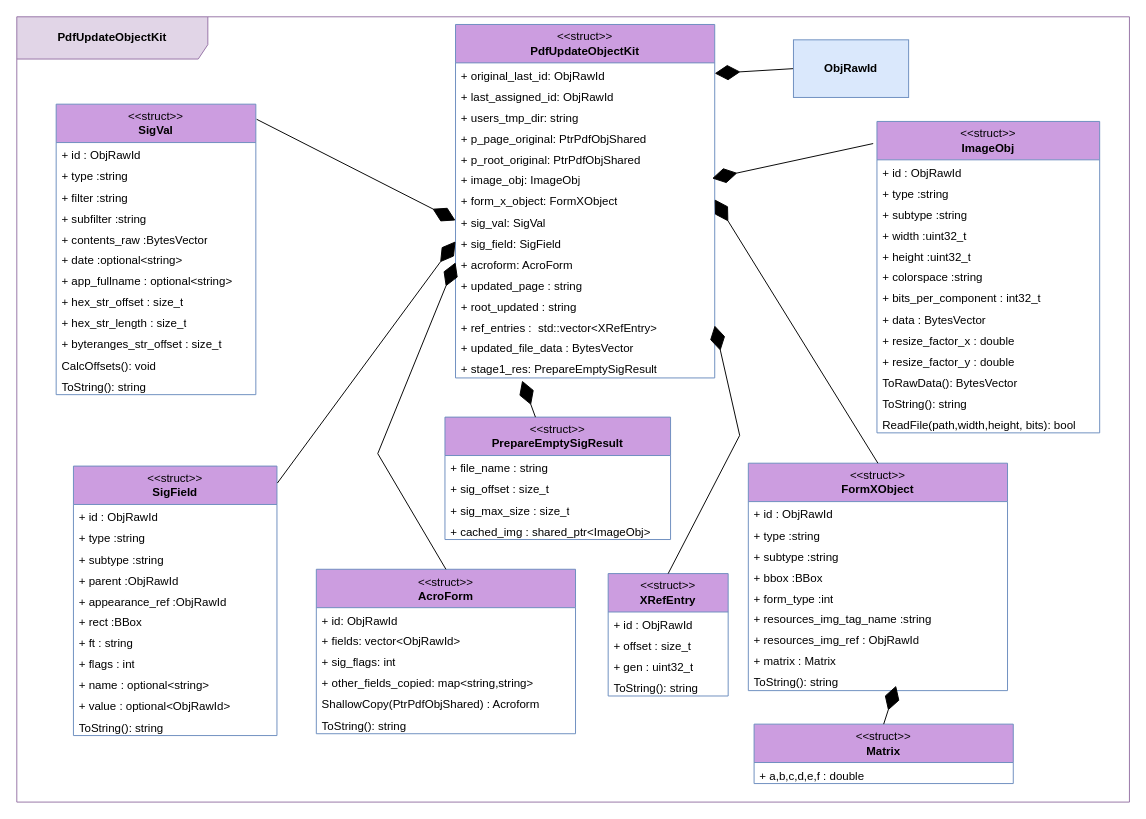
This is page "PDF - object Kit" (13 of 15) of basic_struct_draft.drawio from 3036662/pdf_scp, a draw.io file, before an edit. Source tidied: cells renumbered, new cells numbered last; positions are measured from the earlier drawing's top-left corner, leaving out a move shared by most shapes. Both pictures are drawn from the tidied source at 96%, with x=0, y=0 at pixel (16, 16).
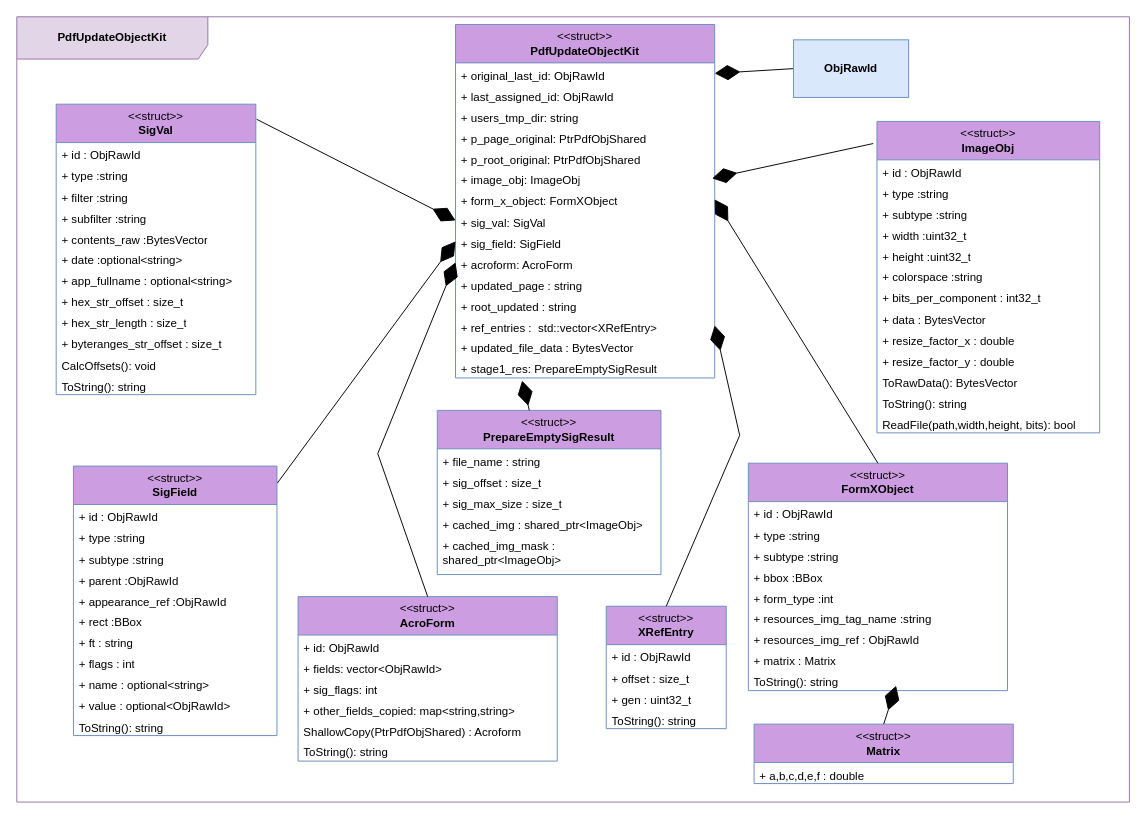
After the change.

The change refers to these unchanged cells:
```xml
<mxCell id="2" style="group;" parent="1" vertex="1">
  <mxGeometry width="1159" height="818" as="geometry" />
</mxCell>
```

What changed in the source:
```diff
@@
     <mxCell id="3" value="&amp;lt;&amp;lt;struct&amp;gt;&amp;gt;&lt;b&gt;&lt;br&gt;AcroForm&lt;/b&gt;" style="swimlane;fontStyle=0;horizontal=1;startSize=40;fillColor=#CC9DE0;whiteSpace=wrap;html=1;strokeColor=#6c8ebf;" parent="2" vertex="1">
-      <mxGeometry x="312" y="575.5" width="270" height="171.3" as="geometry" />
+      <mxGeometry x="293" y="604" width="270" height="171.3" as="geometry" />
     </mxCell>
@@
     <mxCell id="12" value="&lt;div&gt;&amp;lt;&amp;lt;struct&amp;gt;&amp;gt;&lt;b&gt;&lt;br&gt;&lt;/b&gt;&lt;/div&gt;&lt;div&gt;&lt;b&gt;XRefEntry&lt;/b&gt;&lt;/div&gt;" style="swimlane;fontStyle=0;horizontal=1;startSize=40;fillColor=#CC9DE0;whiteSpace=wrap;html=1;strokeColor=#6c8ebf;" parent="2" vertex="1">
-      <mxGeometry x="616" y="580" width="125" height="127.5" as="geometry" />
+      <mxGeometry x="614" y="614" width="125" height="127.5" as="geometry" />
     </mxCell>
@@
     <mxCell id="41" value="&lt;div&gt;&amp;lt;&amp;lt;struct&amp;gt;&amp;gt;&lt;b&gt;&lt;br&gt;&lt;/b&gt;&lt;/div&gt;&lt;div&gt;&lt;b&gt;PrepareEmptySigResult&lt;/b&gt;&lt;/div&gt;" style="swimlane;fontStyle=0;horizontal=1;startSize=40;fillColor=#CC9DE0;whiteSpace=wrap;html=1;strokeColor=#6c8ebf;" parent="2" vertex="1">
-      <mxGeometry x="446" y="417" width="235" height="127.5" as="geometry" />
+      <mxGeometry x="438" y="410" width="233" height="171" as="geometry" />
     </mxCell>
     <mxCell id="42" value="+ file_name : string" style="text;strokeColor=none;fillColor=none;align=left;verticalAlign=top;spacingLeft=4;spacingRight=4;overflow=hidden;whiteSpace=wrap;html=1;" parent="41" vertex="1">
-      <mxGeometry y="40" width="235" height="21.9" as="geometry" />
+      <mxGeometry y="40" width="233" height="21.9" as="geometry" />
     </mxCell>
     <mxCell id="43" value="+ sig_offset : size_t" style="text;strokeColor=none;fillColor=none;align=left;verticalAlign=top;spacingLeft=4;spacingRight=4;overflow=hidden;whiteSpace=wrap;html=1;" parent="41" vertex="1">
-      <mxGeometry y="61.9" width="235" height="21.9" as="geometry" />
+      <mxGeometry y="61.9" width="233" height="21.9" as="geometry" />
     </mxCell>
     <mxCell id="44" value="+ sig_max_size : size_t" style="text;strokeColor=none;fillColor=none;align=left;verticalAlign=top;spacingLeft=4;spacingRight=4;overflow=hidden;whiteSpace=wrap;html=1;" parent="41" vertex="1">
-      <mxGeometry y="83.8" width="235" height="21.9" as="geometry" />
+      <mxGeometry y="83.8" width="233" height="21.9" as="geometry" />
     </mxCell>
     <mxCell id="45" value="+ cached_img : shared_ptr&amp;lt;ImageObj&amp;gt;" style="text;strokeColor=none;fillColor=none;align=left;verticalAlign=top;spacingLeft=4;spacingRight=4;overflow=hidden;whiteSpace=wrap;html=1;" parent="41" vertex="1">
-      <mxGeometry y="105.6" width="235" height="21.9" as="geometry" />
+      <mxGeometry y="105.6" width="233" height="21.9" as="geometry" />
     </mxCell>
+    <mxCell id="98" value="+ cached_img_mask : shared_ptr&amp;lt;ImageObj&amp;gt;" style="text;strokeColor=none;fillColor=none;align=left;verticalAlign=top;spacingLeft=4;spacingRight=4;overflow=hidden;whiteSpace=wrap;html=1;" parent="41" vertex="1">
+      <mxGeometry y="127.5" width="233" height="43.5" as="geometry" />
+    </mxCell>
```
